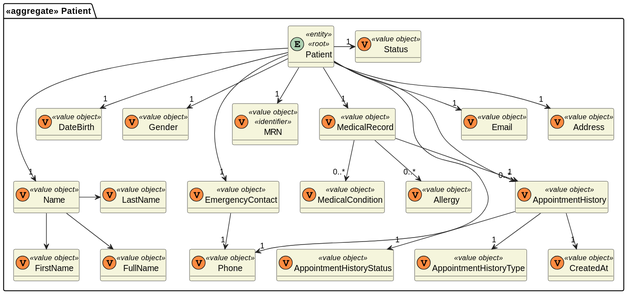
rita-barbosa/LAPR5-2425 keeps this PlantUML diagram as docs/sprint-3/1220683/us-7.2.14/domain-model.svg. Above is the earlier version. Its diagram source:
```plantuml
@startuml
skinparam classAttributeIconSize 0
hide empty attributes
skinparam classBackgroundColor beige
skinparam ArrowColor #222222

package "<<aggregate>> Patient" {
    entity Patient <<entity>> <<root>> {}
    class DateBirth <<(V,#FF8B40)value object>> {}
    class Name <<(V,#FF8B40)value object>> {}
    class FirstName <<(V,#FF8B40)value object>> {}
    class LastName <<(V,#FF8B40)value object>> {}
    class FullName <<(V,#FF8B40)value object>> {}
    class Gender <<(V,#FF8B40)value object>> {}
    class EmergencyContact <<(V,#FF8B40)value object>> {}
    class MRN <<(V,#FF8B40)value object>> <<identifier>> {}
    class MedicalRecord <<(V,#FF8B40)value object>> {}
    class Allergy <<(V,#FF8B40)value object>> {}
    class MedicalCondition <<(V,#FF8B40)value object>> {}
    class AppointmentHistory <<(V,#FF8B40)value object>> {}
    class AppointmentHistoryStatus <<(V,#FF8B40)value object>> {}
    class AppointmentHistoryType <<(V,#FF8B40)value object>> {}
    class CreatedAt <<(V,#FF8B40)value object>> {}
    class Phone <<(V,#FF8B40)value object>> {}
    class Email <<(V,#FF8B40)value object>> {}
    class Address <<(V,#FF8B40)value object>> {}
    class Status <<(V,#FF8B40)value object>> {}
}



Name --> FirstName
Name -> LastName
Name --> FullName

Patient -> "1" Status
Patient ---> "1" Name
Patient --> "1" DateBirth
Patient --> "1" Gender
Patient ---> "1" EmergencyContact
Patient --> "1" MRN
Patient --> "1" MedicalRecord
MedicalRecord --> "0..*" MedicalCondition
MedicalRecord --> "0..*" Allergy
MedicalRecord --> "1" AppointmentHistory
Patient --> "0..*" AppointmentHistory
Patient --> "1" Email
Patient --> "1" Phone
Patient --> "1" Address
EmergencyContact --> "1" Phone

AppointmentHistory --> "1" AppointmentHistoryStatus
AppointmentHistory --> "1" AppointmentHistoryType
AppointmentHistory --> "1" CreatedAt
@enduml
```
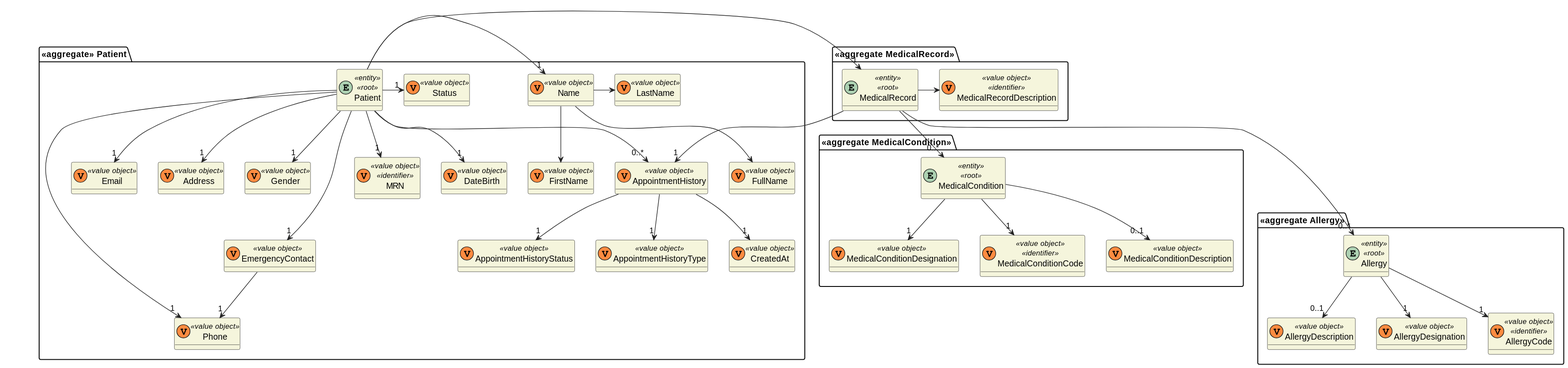
The same file after the commit.

Change to the diagram source:
```diff
@@ -4,29 +4,45 @@
 skinparam classBackgroundColor beige
 skinparam ArrowColor #222222
 
+
 package "<<aggregate>> Patient" {
     entity Patient <<entity>> <<root>> {}
     class DateBirth <<(V,#FF8B40)value object>> {}
+    class Gender <<(V,#FF8B40)value object>> {}
+    class EmergencyContact <<(V,#FF8B40)value object>> {}
+    class MRN <<(V,#FF8B40)value object>> <<identifier>> {}
+    class AppointmentHistory <<(V,#FF8B40)value object>> {}
+    class AppointmentHistoryStatus <<(V,#FF8B40)value object>> {}
+    class AppointmentHistoryType <<(V,#FF8B40)value object>> {}
+    class CreatedAt <<(V,#FF8B40)value object>> {}
     class Name <<(V,#FF8B40)value object>> {}
     class FirstName <<(V,#FF8B40)value object>> {}
     class LastName <<(V,#FF8B40)value object>> {}
     class FullName <<(V,#FF8B40)value object>> {}
-    class Gender <<(V,#FF8B40)value object>> {}
-    class EmergencyContact <<(V,#FF8B40)value object>> {}
-    class MRN <<(V,#FF8B40)value object>> <<identifier>> {}
-    class MedicalRecord <<(V,#FF8B40)value object>> {}
-    class Allergy <<(V,#FF8B40)value object>> {}
-    class MedicalCondition <<(V,#FF8B40)value object>> {}
-    class AppointmentHistory <<(V,#FF8B40)value object>> {}
-    class AppointmentHistoryStatus <<(V,#FF8B40)value object>> {}
-    class AppointmentHistoryType <<(V,#FF8B40)value object>> {}
-    class CreatedAt <<(V,#FF8B40)value object>> {}
     class Phone <<(V,#FF8B40)value object>> {}
     class Email <<(V,#FF8B40)value object>> {}
     class Address <<(V,#FF8B40)value object>> {}
     class Status <<(V,#FF8B40)value object>> {}
 }
 
+package "<<aggregate MedicalRecord>>" {
+    entity MedicalRecord <<entity>><<root>>{}
+    class MedicalRecordDescription <<(V,#FF8B40)value object>> <<identifier>> {}
+}
+
+package "<<aggregate MedicalCondition>>" {
+    entity MedicalCondition <<entity>><<root>>{}
+    class MedicalConditionDesignation <<(V,#FF8B40)value object>>  {}
+    class MedicalConditionCode <<(V,#FF8B40)value object>> <<identifier>> {}
+    class MedicalConditionDescription <<(V,#FF8B40)value object>>  {}
+}
+
+package "<<aggregate Allergy>>" {
+    entity Allergy <<entity>><<root>>{}
+    class AllergyDesignation <<(V,#FF8B40)value object>> {}
+    class AllergyCode <<(V,#FF8B40)value object>> <<identifier>> {}
+    class AllergyDescription <<(V,#FF8B40)value object>>  {}
+}
 
 
 Name --> FirstName
@@ -34,14 +50,12 @@
 Name --> FullName
 
 Patient -> "1" Status
-Patient ---> "1" Name
+Patient -> "1" Name
 Patient --> "1" DateBirth
 Patient --> "1" Gender
 Patient ---> "1" EmergencyContact
 Patient --> "1" MRN
-Patient --> "1" MedicalRecord
-MedicalRecord --> "0..*" MedicalCondition
-MedicalRecord --> "0..*" Allergy
+Patient -> "1" MedicalRecord
 MedicalRecord --> "1" AppointmentHistory
 Patient --> "0..*" AppointmentHistory
 Patient --> "1" Email
@@ -52,4 +66,16 @@
 AppointmentHistory --> "1" AppointmentHistoryStatus
 AppointmentHistory --> "1" AppointmentHistoryType
 AppointmentHistory --> "1" CreatedAt
+
+MedicalRecord --> "0..*" MedicalCondition
+MedicalRecord ---> "0..*" Allergy
+MedicalRecord -> MedicalRecordDescription
+
+Allergy --> "1" AllergyCode
+Allergy --> "0..1" AllergyDescription
+Allergy --> "1" AllergyDesignation
+
+MedicalCondition --> "1" MedicalConditionCode
+MedicalCondition --> "0..1" MedicalConditionDescription
+MedicalCondition --> "1" MedicalConditionDesignation
 @enduml
```
